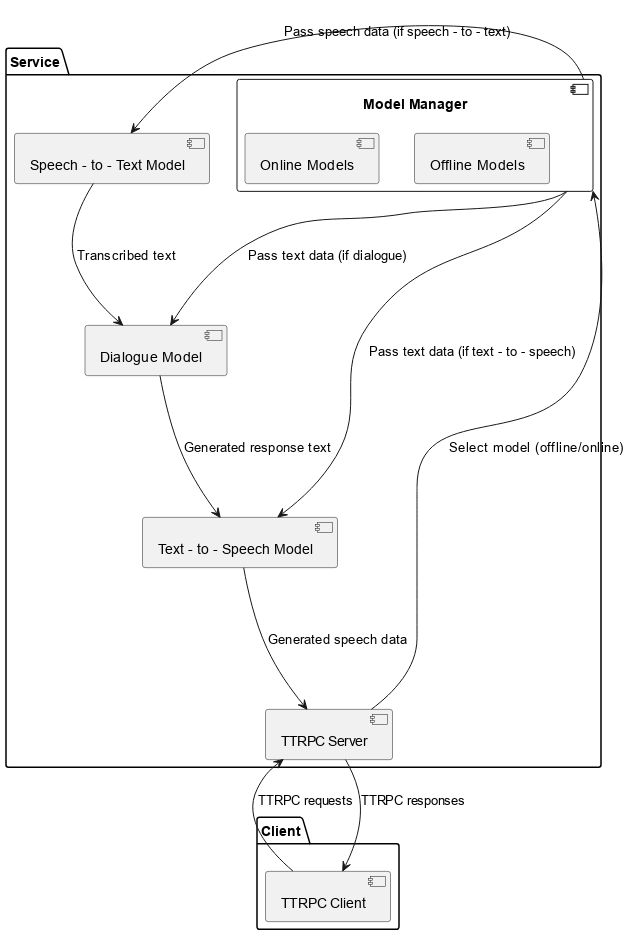
Above: images/design.png in jokemanfire/assistant (PlantUML), before the change. Its source is kept beside it as design.puml.
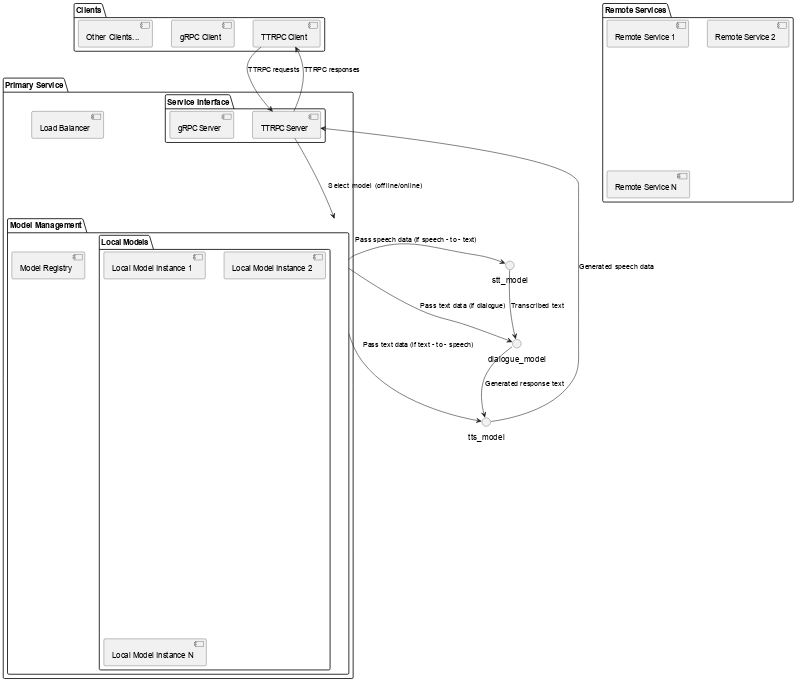
After the commit.

What changed in the source:
```diff
@@ -1,19 +1,35 @@
 @startuml
 skinparam componentStyle uml2
 
-package "Client" as client {
+package "Clients" {
     component "TTRPC Client" as ttrpc_client
+    component "gRPC Client" as grpc_client
+    component "Other Clients..." as other_clients
 }
 
-package "Service" as service {
-    component "TTRPC Server" as ttrpc_server
-    component "Model Manager" as model_manager {
-        component "Offline Models" as offline_models
-        component "Online Models" as online_models
+package "Primary Service" as primary_service {
+    package "Service Interface" {
+        component "TTRPC Server" as ttrpc_server
+        component "gRPC Server" as grpc_server
     }
-    component "Speech - to - Text Model" as stt_model
-    component "Dialogue Model" as dialogue_model
-    component "Text - to - Speech Model" as tts_model
+
+    component "Load Balancer" as load_balancer
+
+    package "Model Management" as model_manager {
+        component "Model Registry" as model_registry
+
+        package "Local Models" {
+            component "Local Model Instance 1" as local_model1
+            component "Local Model Instance 2" as local_model2
+            component "Local Model Instance N" as local_modelN
+        }
+    }
+}
+
+package "Remote Services" as remote_services {
+    component "Remote Service 1" as remote1
+    component "Remote Service 2" as remote2
+    component "Remote Service N" as remoteN
 }
 
 ttrpc_client --> ttrpc_server : TTRPC requests
```
